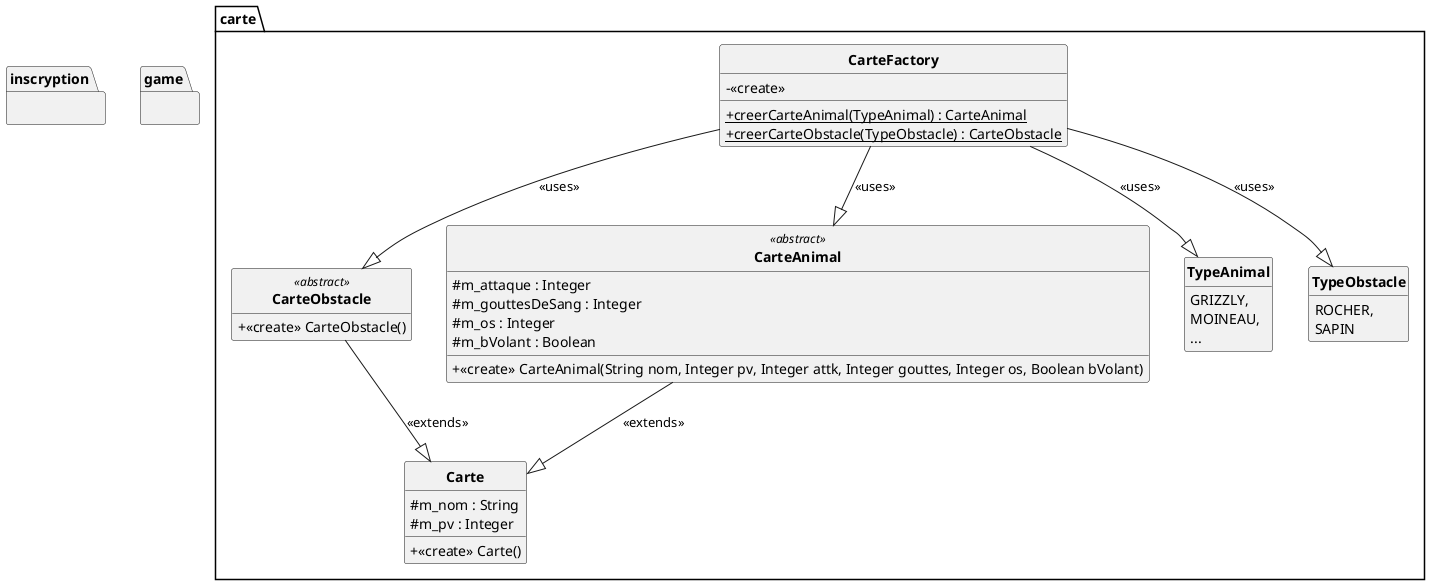
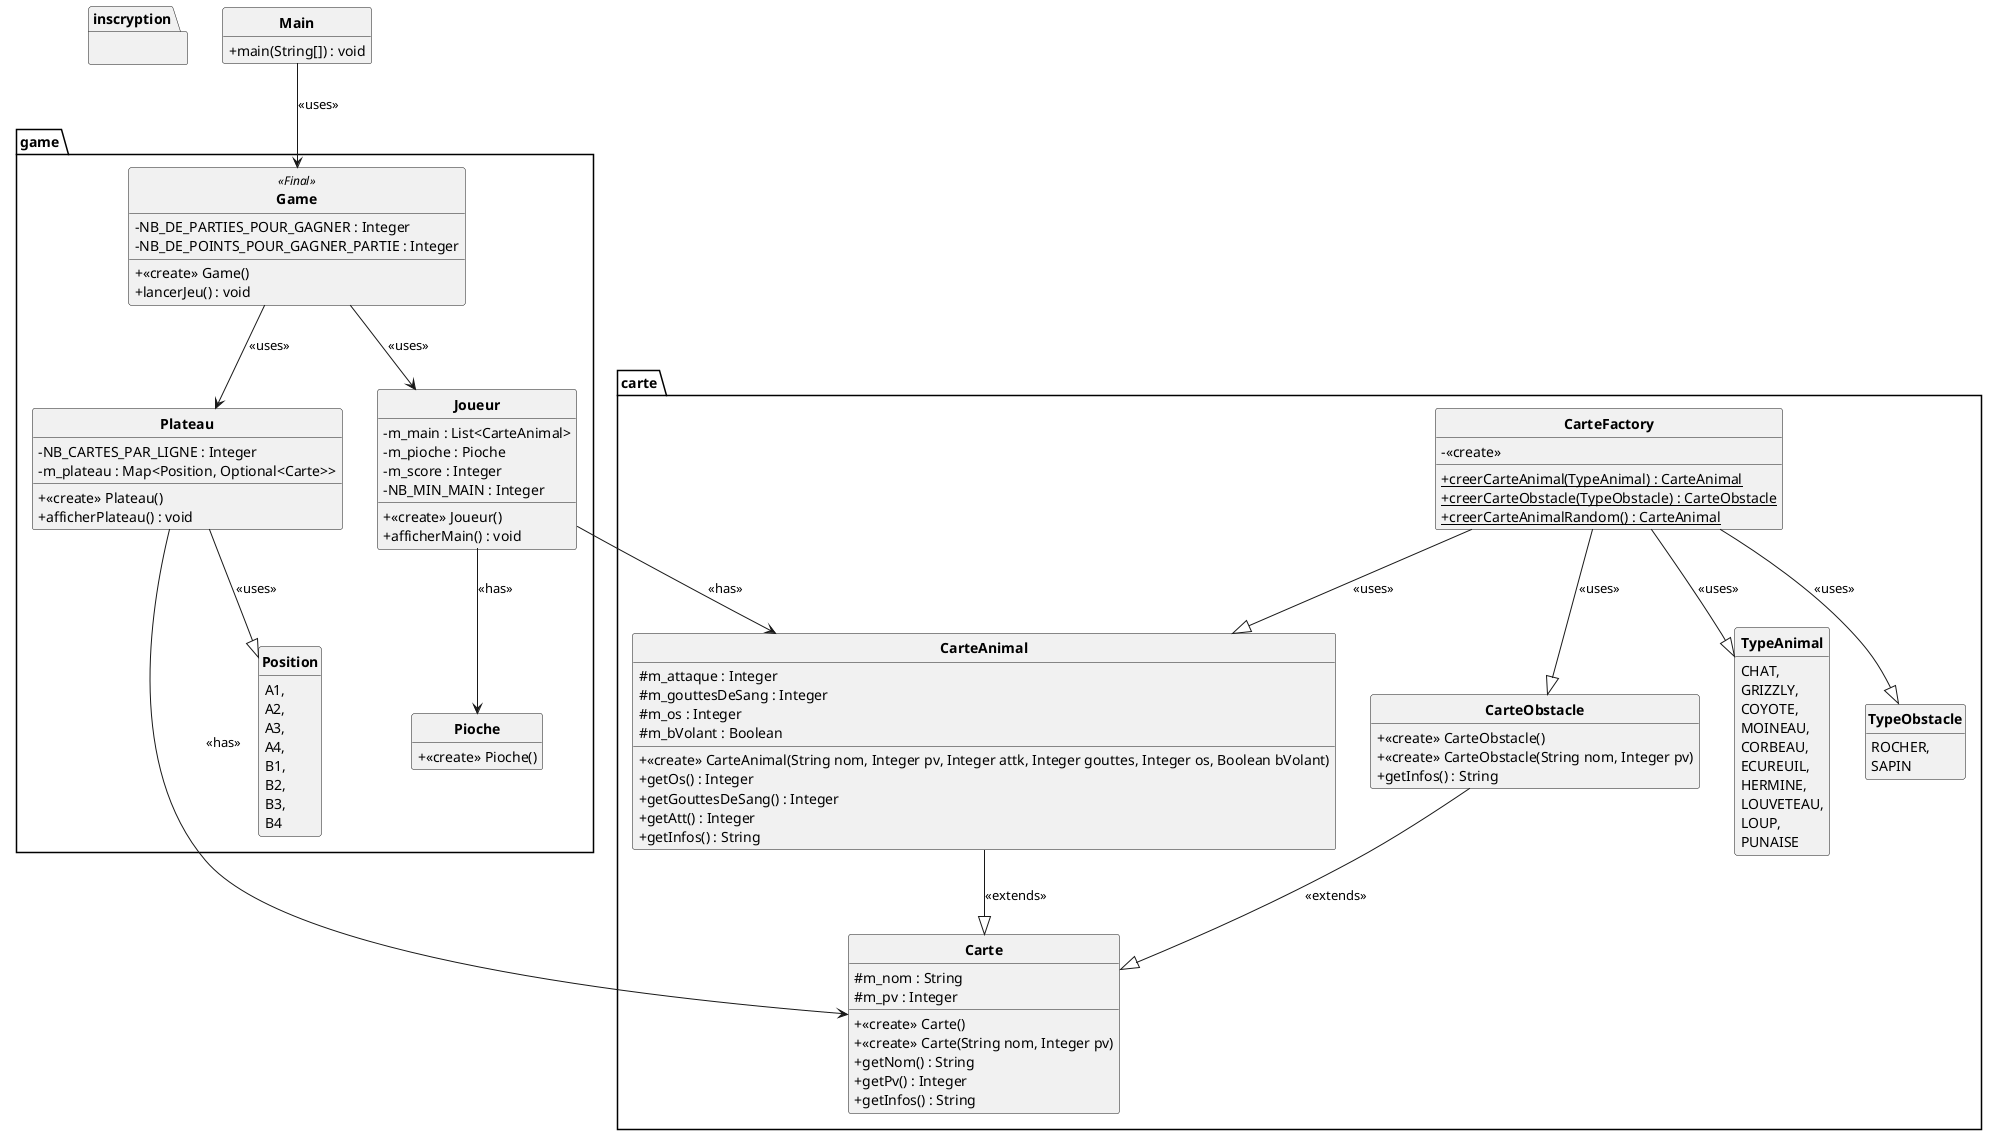
@startuml
'https://plantuml.com/class-diagram
skinparam classAttributeIconSize 0
skinparam classFontStyle Bold
skinparam style strictuml
hide empty members

package inscryption
{
}

package game
{
+     class Game <<Final>>
+     {
+         -NB_DE_PARTIES_POUR_GAGNER : Integer
+         -NB_DE_POINTS_POUR_GAGNER_PARTIE : Integer
+         +<<create>> Game()
+         +lancerJeu() : void
+     }
+ 
+     class Joueur
+     {
+         -m_main : List<CarteAnimal>
+         -m_pioche : Pioche
+         -m_score : Integer
+         -NB_MIN_MAIN : Integer
+         +<<create>> Joueur()
+         +afficherMain() : void
+     }
+ 
+     class Pioche
+     {
+         +<<create>> Pioche()
+     }
+ 
+     class Plateau
+     {
+         -NB_CARTES_PAR_LIGNE : Integer
+         -m_plateau : Map<Position, Optional<Carte>>
+         +<<create>> Plateau()
+         +afficherPlateau() : void
+     }
+ 
+     enum Position
+     {
+         A1,
+         A2,
+         A3,
+         A4,
+         B1,
+         B2,
+         B3,
+         B4
+     }
}

package carte
{
    class Carte
    {
        #m_nom : String
        #m_pv : Integer
        +<<create>> Carte()
+         +<<create>> Carte(String nom, Integer pv)
+         +getNom() : String
+         +getPv() : Integer
+         +getInfos() : String
    }

-     class CarteObstacle <<abstract>>
+     class CarteObstacle
    {
       +<<create>> CarteObstacle()
+        +<<create>> CarteObstacle(String nom, Integer pv)
+        +getInfos() : String
    }

-     class CarteAnimal <<abstract>>
+     class CarteAnimal
    {
        #m_attaque : Integer
        #m_gouttesDeSang : Integer
        #m_os : Integer
        #m_bVolant : Boolean
        +<<create>> CarteAnimal(String nom, Integer pv, Integer attk, Integer gouttes, Integer os, Boolean bVolant)
+         +getOs() : Integer
+         +getGouttesDeSang() : Integer
+         +getAtt() : Integer
+         +getInfos() : String
    }

    class CarteFactory
    {
        -<<create>>
        +{static}creerCarteAnimal(TypeAnimal) : CarteAnimal
        +{static}creerCarteObstacle(TypeObstacle) : CarteObstacle
+         +{static}creerCarteAnimalRandom() : CarteAnimal
    }

    enum TypeAnimal
    {
+         CHAT,
        GRIZZLY,
+         COYOTE,
        MOINEAU,
-         ...
+         CORBEAU,
+         ECUREUIL,
+         HERMINE,
+         LOUVETEAU,
+         LOUP,
+         PUNAISE
    }

    enum TypeObstacle
    {
        ROCHER,
        SAPIN
    }

}

+ class Main
+ {
+     +main(String[]) : void
+ }
+ 
CarteFactory --|> TypeAnimal : <<uses>>
CarteFactory --|> TypeObstacle : <<uses>>
CarteFactory --|> CarteAnimal : <<uses>>
CarteFactory --|> CarteObstacle : <<uses>>

- 
- 
CarteAnimal --|> Carte : <<extends>>
CarteObstacle --|> Carte : <<extends>>

+ Game --> Joueur : <<uses>>
+ Game --> Plateau : <<uses>>
+ Joueur --> CarteAnimal : <<has>>
+ Joueur --> Pioche : <<has>>
+ Plateau --> Carte : <<has>>
+ Plateau --|> Position : <<uses>>
+ Main --> Game : <<uses>>
+ 
@enduml